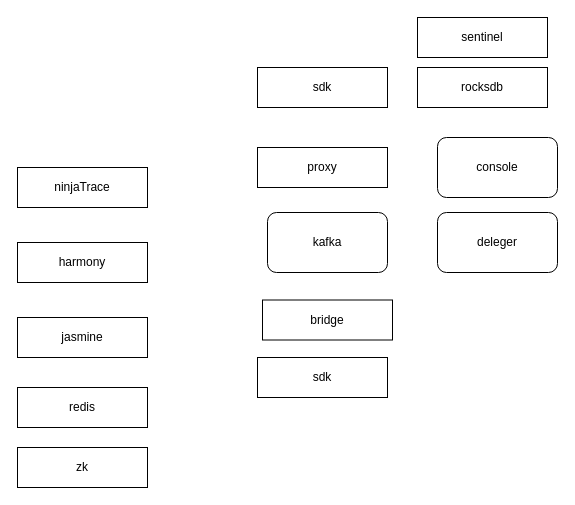
The draw.io diagram hermes.drawio in MihirrajDixit/drawio, before the edit. Source tidied: cells renumbered, new cells numbered last; positions are measured from the earlier drawing's top-left corner, leaving out a move shared by most shapes. Both pictures are drawn from the tidied source at 100%, with x=0, y=0 at pixel (17, 17).
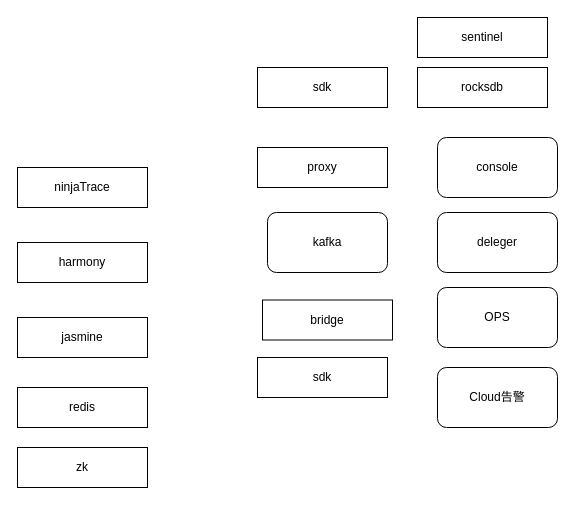
Above is the later version.

Change to the diagram source:
```diff
@@
 <mxGraphModel>
   <root>
     <mxCell id="0" />
     <mxCell id="1" parent="0" />
     <mxCell id="2" value="proxy" style="rounded=0;whiteSpace=wrap;html=1;" parent="1" vertex="1">
       <mxGeometry x="240" y="130" width="130" height="40" as="geometry" />
     </mxCell>
     <mxCell id="3" value="bridge" style="rounded=0;whiteSpace=wrap;html=1;" parent="1" vertex="1">
       <mxGeometry x="245" y="282.5" width="130" height="40" as="geometry" />
     </mxCell>
     <mxCell id="4" value="ninjaTrace" style="rounded=0;whiteSpace=wrap;html=1;" parent="1" vertex="1">
       <mxGeometry y="150" width="130" height="40" as="geometry" />
     </mxCell>
     <mxCell id="5" value="harmony" style="rounded=0;whiteSpace=wrap;html=1;" parent="1" vertex="1">
       <mxGeometry y="225" width="130" height="40" as="geometry" />
     </mxCell>
     <mxCell id="6" value="jasmine" style="rounded=0;whiteSpace=wrap;html=1;" parent="1" vertex="1">
       <mxGeometry y="300" width="130" height="40" as="geometry" />
     </mxCell>
     <mxCell id="7" value="redis" style="rounded=0;whiteSpace=wrap;html=1;" parent="1" vertex="1">
       <mxGeometry y="370" width="130" height="40" as="geometry" />
     </mxCell>
     <mxCell id="8" value="kafka" style="rounded=1;whiteSpace=wrap;html=1;" parent="1" vertex="1">
       <mxGeometry x="250" y="195" width="120" height="60" as="geometry" />
     </mxCell>
     <mxCell id="9" value="sdk" style="rounded=0;whiteSpace=wrap;html=1;" parent="1" vertex="1">
       <mxGeometry x="240" y="50" width="130" height="40" as="geometry" />
     </mxCell>
     <mxCell id="10" value="zk" style="rounded=0;whiteSpace=wrap;html=1;" parent="1" vertex="1">
       <mxGeometry y="430" width="130" height="40" as="geometry" />
     </mxCell>
     <mxCell id="11" value="rocksdb" style="rounded=0;whiteSpace=wrap;html=1;" parent="1" vertex="1">
       <mxGeometry x="400" y="50" width="130" height="40" as="geometry" />
     </mxCell>
     <mxCell id="12" value="sentinel" style="rounded=0;whiteSpace=wrap;html=1;" parent="1" vertex="1">
       <mxGeometry x="400" width="130" height="40" as="geometry" />
     </mxCell>
     <mxCell id="13" value="sdk" style="rounded=0;whiteSpace=wrap;html=1;" parent="1" vertex="1">
       <mxGeometry x="240" y="340" width="130" height="40" as="geometry" />
     </mxCell>
     <mxCell id="14" value="deleger" style="rounded=1;whiteSpace=wrap;html=1;" parent="1" vertex="1">
       <mxGeometry x="420" y="195" width="120" height="60" as="geometry" />
     </mxCell>
     <mxCell id="15" value="console" style="rounded=1;whiteSpace=wrap;html=1;" parent="1" vertex="1">
       <mxGeometry x="420" y="120" width="120" height="60" as="geometry" />
     </mxCell>
+    <mxCell id="16" value="OPS" style="rounded=1;whiteSpace=wrap;html=1;" parent="1" vertex="1">
+      <mxGeometry x="420" y="270" width="120" height="60" as="geometry" />
+    </mxCell>
+    <mxCell id="17" value="Cloud告警" style="rounded=1;whiteSpace=wrap;html=1;" parent="1" vertex="1">
+      <mxGeometry x="420" y="350" width="120" height="60" as="geometry" />
+    </mxCell>
   </root>
 </mxGraphModel>
```
